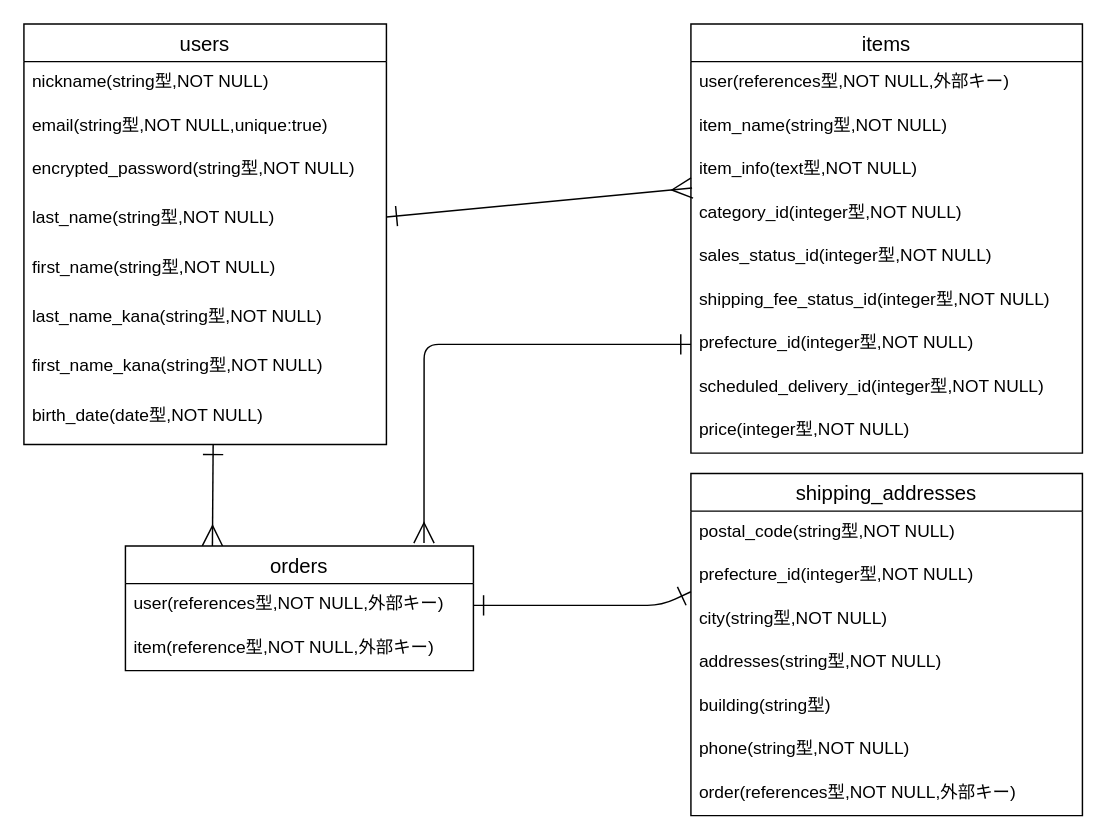
The draw.io diagram app/controllers/furima.dio in yusukeooy/furima-39868, before the edit. Source tidied: cells renumbered, new cells numbered last; positions are measured from the earlier drawing's top-left corner, leaving out a move shared by most shapes. Both pictures are drawn from the tidied source at 145%, with x=0, y=0 at pixel (23, 23).
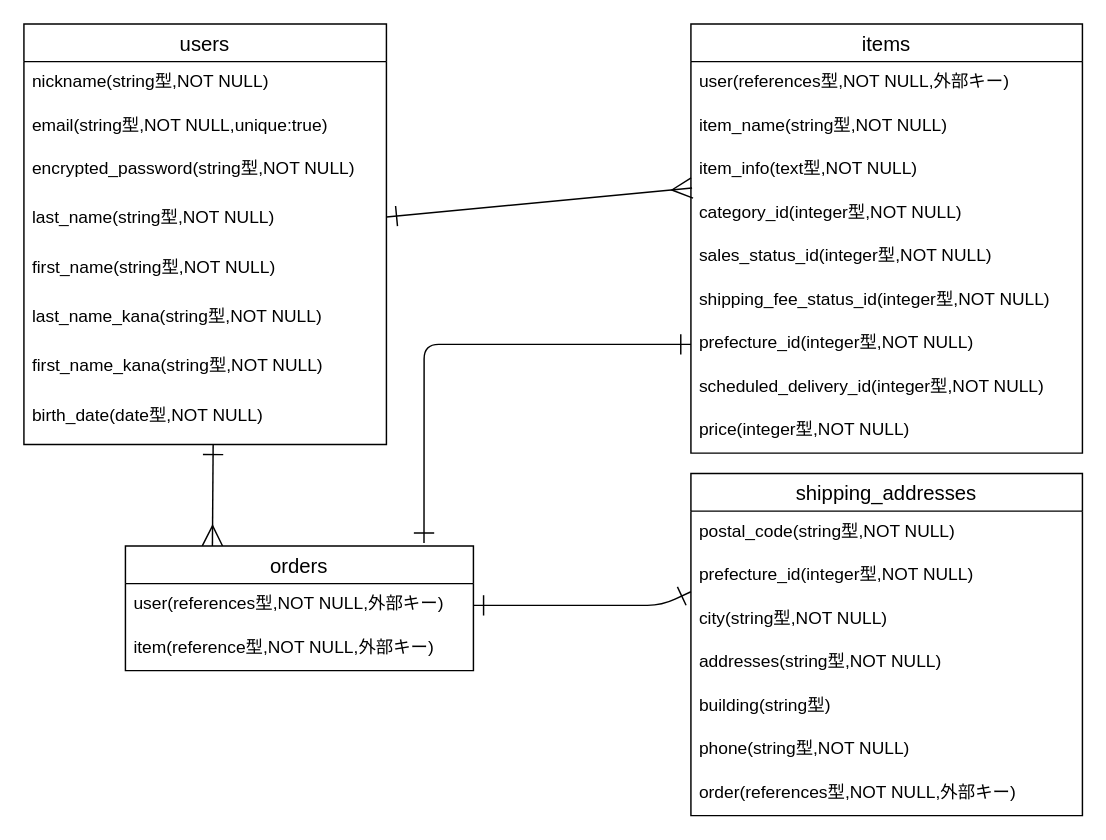
After the change.

Commit message:
データベース設計の修正⑤ ER図

Unchanged cells that the change refers to:
```xml
<mxCell id="20" value="prefecture_id(integer型,NOT NULL)" style="text;strokeColor=none;fillColor=none;spacingLeft=4;spacingRight=4;overflow=hidden;points=[[0,0.5],[1,0.5]];portConstraint=eastwest;fontSize=12;" parent="13" vertex="1">
  <mxGeometry y="206" width="270" height="30" as="geometry" />
</mxCell>
<mxCell id="23" value="orders" style="swimlane;fontStyle=0;horizontal=1;startSize=26;align=center;fontSize=14;" parent="1" vertex="1">
  <mxGeometry x="70" y="360" width="240" height="86" as="geometry" />
</mxCell>
```

Change to the diagram source:
```diff
@@
-    <mxCell id="35" style="edgeStyle=none;html=1;exitX=0;exitY=0.5;exitDx=0;exitDy=0;entryX=0.858;entryY=-0.023;entryDx=0;entryDy=0;entryPerimeter=0;startArrow=ERone;startFill=0;endArrow=ERmany;endFill=0;startSize=12;endSize=12;" parent="1" edge="1" source="20" target="23">
+    <mxCell id="35" style="edgeStyle=none;html=1;exitX=0;exitY=0.5;exitDx=0;exitDy=0;entryX=0.858;entryY=-0.023;entryDx=0;entryDy=0;entryPerimeter=0;startArrow=ERone;startFill=0;endArrow=ERone;endFill=0;startSize=12;endSize=12;" parent="1" edge="1" source="20" target="23">
       <mxGeometry relative="1" as="geometry">
         <Array as="points">
           <mxPoint x="276" y="221" />
         </Array>
       </mxGeometry>
     </mxCell>
```
